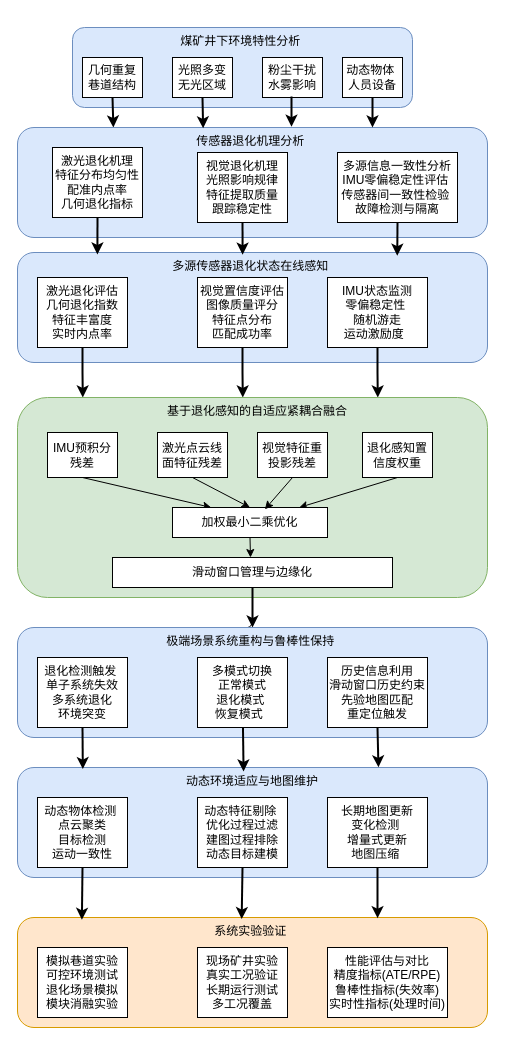
Before: Untitled Diagram.drawio in rstallman/algs4, a draw.io diagram. Source tidied: cells renumbered, new cells numbered last; positions are measured from the earlier drawing's top-left corner, leaving out a move shared by most shapes. Both pictures are drawn from the tidied source at 100%, with x=0, y=0 at pixel (17, 27).
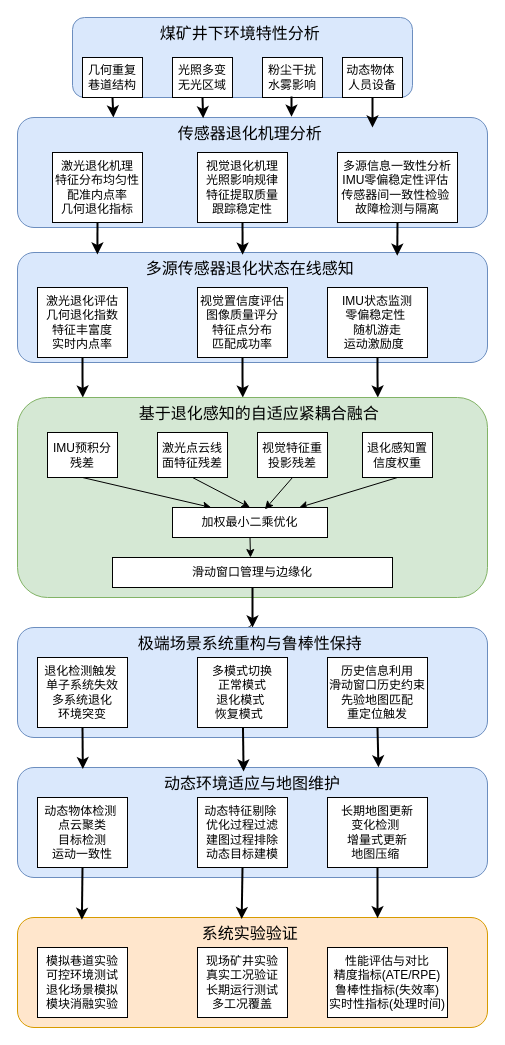
After the change.

Change to the diagram source:
```diff
@@
-    <mxCell id="2" value="煤矿井下环境特性分析&amp;nbsp;&lt;div&gt;&amp;nbsp;&lt;/div&gt;" style="rounded=1;whiteSpace=wrap;html=1;verticalAlign=top;fillColor=#dae8fc;strokeColor=#6c8ebf;" parent="1" vertex="1">
-      <mxGeometry x="55" width="340" height="80" as="geometry" />
+    <mxCell id="2" value="&lt;font style=&quot;font-size: 16px;&quot;&gt;煤矿井下环境特性分析&amp;nbsp;&lt;/font&gt;&lt;div&gt;&lt;font style=&quot;font-size: 16px;&quot;&gt;&amp;nbsp;&lt;/font&gt;&lt;/div&gt;" style="rounded=1;whiteSpace=wrap;html=1;verticalAlign=top;fillColor=#dae8fc;strokeColor=#6c8ebf;" parent="1" vertex="1">
+      <mxGeometry x="55" y="-10" width="340" height="80" as="geometry" />
     </mxCell>
@@
-    <mxCell id="9" value="传感器退化机理分析&amp;nbsp;&lt;div&gt;&amp;nbsp;&lt;/div&gt;" style="rounded=1;whiteSpace=wrap;html=1;verticalAlign=top;fillColor=#dae8fc;strokeColor=#6c8ebf;" parent="1" vertex="1">
-      <mxGeometry y="100" width="470" height="110" as="geometry" />
+    <mxCell id="9" value="&lt;font style=&quot;font-size: 16px;&quot;&gt;传感器退化机理分析&amp;nbsp;&lt;/font&gt;&lt;div&gt;&lt;font style=&quot;font-size: 16px;&quot;&gt;&amp;nbsp;&lt;/font&gt;&lt;/div&gt;" style="rounded=1;whiteSpace=wrap;html=1;verticalAlign=top;fillColor=#dae8fc;strokeColor=#6c8ebf;" parent="1" vertex="1">
+      <mxGeometry y="90" width="470" height="110" as="geometry" />
     </mxCell>
     <mxCell id="10" value="激光退化机理&lt;div&gt;特征分布均匀性&lt;/div&gt;&lt;div&gt;配准内点率&lt;/div&gt;&lt;div&gt;几何退化指标&lt;/div&gt;" style="rounded=0;whiteSpace=wrap;html=1;" parent="1" vertex="1">
-      <mxGeometry x="35" y="120" width="90" height="70" as="geometry" />
+      <mxGeometry x="35" y="125" width="90" height="70" as="geometry" />
     </mxCell>
@@
-    <mxCell id="16" value="多源传感器退化状态在线感知&amp;nbsp;" style="rounded=1;whiteSpace=wrap;html=1;verticalAlign=top;fillColor=#dae8fc;strokeColor=#6c8ebf;" parent="1" vertex="1">
+    <mxCell id="16" value="&lt;font style=&quot;font-size: 16px;&quot;&gt;多源传感器退化状态在线感知&amp;nbsp;&lt;/font&gt;" style="rounded=1;whiteSpace=wrap;html=1;verticalAlign=top;fillColor=#dae8fc;strokeColor=#6c8ebf;" parent="1" vertex="1">
       <mxGeometry y="225" width="470" height="110" as="geometry" />
     </mxCell>
@@
     <mxCell id="18" value="激光退化评估&lt;div&gt;几何退化指数&lt;/div&gt;&lt;div&gt;特征丰富度&lt;/div&gt;&lt;div&gt;实时内点率&lt;/div&gt;" style="rounded=0;whiteSpace=wrap;html=1;" parent="1" vertex="1">
-      <mxGeometry x="20" y="250" width="90" height="70" as="geometry" />
+      <mxGeometry x="20" y="260" width="90" height="70" as="geometry" />
     </mxCell>
@@
     <mxCell id="20" value="视觉置信度评估&lt;div&gt;图像质量评分&lt;/div&gt;&lt;div&gt;特征点分布&lt;/div&gt;&lt;div&gt;匹配成功率&lt;/div&gt;" style="rounded=0;whiteSpace=wrap;html=1;" parent="1" vertex="1">
-      <mxGeometry x="180" y="250" width="90" height="70" as="geometry" />
+      <mxGeometry x="180" y="260" width="90" height="70" as="geometry" />
     </mxCell>
@@
     <mxCell id="22" value="IMU状态监测&lt;div&gt;零偏稳定性&amp;nbsp;&lt;/div&gt;&lt;div&gt;随机游走&lt;/div&gt;&lt;div&gt;运动激励度&amp;nbsp;&amp;nbsp;&lt;/div&gt;" style="rounded=0;whiteSpace=wrap;html=1;" parent="1" vertex="1">
-      <mxGeometry x="310" y="250" width="100" height="70" as="geometry" />
+      <mxGeometry x="310" y="260" width="100" height="70" as="geometry" />
     </mxCell>
@@
-    <mxCell id="25" value="&amp;nbsp; &amp;nbsp; &amp;nbsp;基于退化感知的自适应紧耦合融合&amp;nbsp;&amp;nbsp;" style="rounded=1;whiteSpace=wrap;html=1;verticalAlign=top;fillColor=#d5e8d4;strokeColor=#82b366;" parent="1" vertex="1">
+    <mxCell id="25" value="&lt;font style=&quot;font-size: 16px;&quot;&gt;&amp;nbsp; &amp;nbsp; &amp;nbsp;基于退化感知的自适应紧耦合融合&amp;nbsp;&amp;nbsp;&lt;/font&gt;" style="rounded=1;whiteSpace=wrap;html=1;verticalAlign=top;fillColor=#d5e8d4;strokeColor=#82b366;" parent="1" vertex="1">
       <mxGeometry y="370" width="470" height="200" as="geometry" />
     </mxCell>
@@
-    <mxCell id="37" value="极端场景系统重构与鲁棒性保持&amp;nbsp;" style="rounded=1;whiteSpace=wrap;html=1;verticalAlign=top;fillColor=#dae8fc;strokeColor=#6c8ebf;" parent="1" vertex="1">
+    <mxCell id="37" value="&lt;font style=&quot;font-size: 16px;&quot;&gt;极端场景系统重构与鲁棒性保持&amp;nbsp;&lt;/font&gt;" style="rounded=1;whiteSpace=wrap;html=1;verticalAlign=top;fillColor=#dae8fc;strokeColor=#6c8ebf;" parent="1" vertex="1">
       <mxGeometry y="600" width="470" height="110" as="geometry" />
     </mxCell>
@@
-    <mxCell id="41" value="动态环境适应与地图维护" style="rounded=1;whiteSpace=wrap;html=1;verticalAlign=top;fillColor=#dae8fc;strokeColor=#6c8ebf;" parent="1" vertex="1">
+    <mxCell id="41" value="&lt;font style=&quot;font-size: 16px;&quot;&gt;动态环境适应与地图维护&lt;/font&gt;" style="rounded=1;whiteSpace=wrap;html=1;verticalAlign=top;fillColor=#dae8fc;strokeColor=#6c8ebf;" parent="1" vertex="1">
       <mxGeometry y="740" width="470" height="110" as="geometry" />
     </mxCell>
@@
-    <mxCell id="45" value="系统实验验证&amp;nbsp;" style="rounded=1;whiteSpace=wrap;html=1;verticalAlign=top;fillColor=#ffe6cc;strokeColor=#d79b00;" parent="1" vertex="1">
+    <mxCell id="45" value="&lt;font style=&quot;font-size: 16px;&quot;&gt;系统实验验证&amp;nbsp;&lt;/font&gt;" style="rounded=1;whiteSpace=wrap;html=1;verticalAlign=top;fillColor=#ffe6cc;strokeColor=#d79b00;" parent="1" vertex="1">
       <mxGeometry y="890" width="470" height="110" as="geometry" />
     </mxCell>
```
